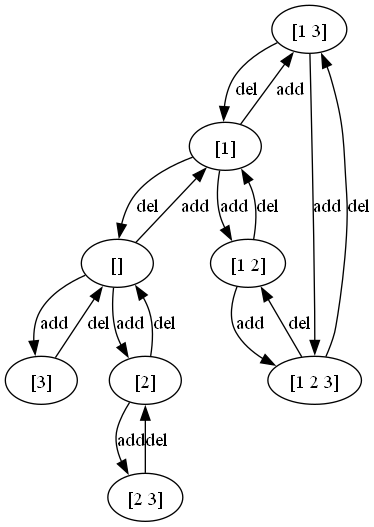
Above: experiment/internal/ecs/dot.dot.png in kercylan98/minotaur (Graphviz), before the change. Its source is kept beside it as experiment/internal/ecs/dot.dot.
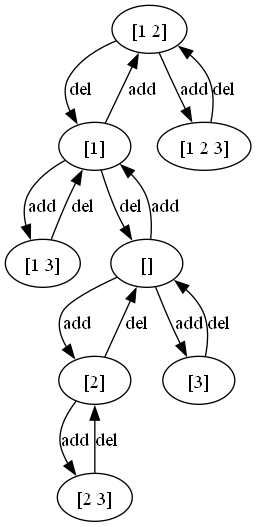
The same diagram one commit later.

Change to the diagram source:
```diff
@@ -1,18 +1,16 @@
 digraph G {
-  "[1 3]" -> "[1]" [label="del"];
-  "[1 3]" -> "[1 2 3]" [label="add"];
-  "[3]" -> "[]" [label="del"];
   "[1 2]" -> "[1]" [label="del"];
   "[1 2]" -> "[1 2 3]" [label="add"];
+  "[1 3]" -> "[1]" [label="del"];
+  "[2 3]" -> "[2]" [label="del"];
+  "[1 2 3]" -> "[1 2]" [label="del"];
+  "[]" -> "[1]" [label="add"];
+  "[]" -> "[2]" [label="add"];
+  "[]" -> "[3]" [label="add"];
+  "[1]" -> "[]" [label="del"];
+  "[1]" -> "[1 2]" [label="add"];
+  "[1]" -> "[1 3]" [label="add"];
   "[2]" -> "[]" [label="del"];
   "[2]" -> "[2 3]" [label="add"];
-  "[1 2 3]" -> "[1 2]" [label="del"];
-  "[1 2 3]" -> "[1 3]" [label="del"];
-  "[2 3]" -> "[2]" [label="del"];
-  "[]" -> "[1]" [label="add"];
-  "[]" -> "[3]" [label="add"];
-  "[]" -> "[2]" [label="add"];
-  "[1]" -> "[]" [label="del"];
-  "[1]" -> "[1 3]" [label="add"];
-  "[1]" -> "[1 2]" [label="add"];
+  "[3]" -> "[]" [label="del"];
 }
```
